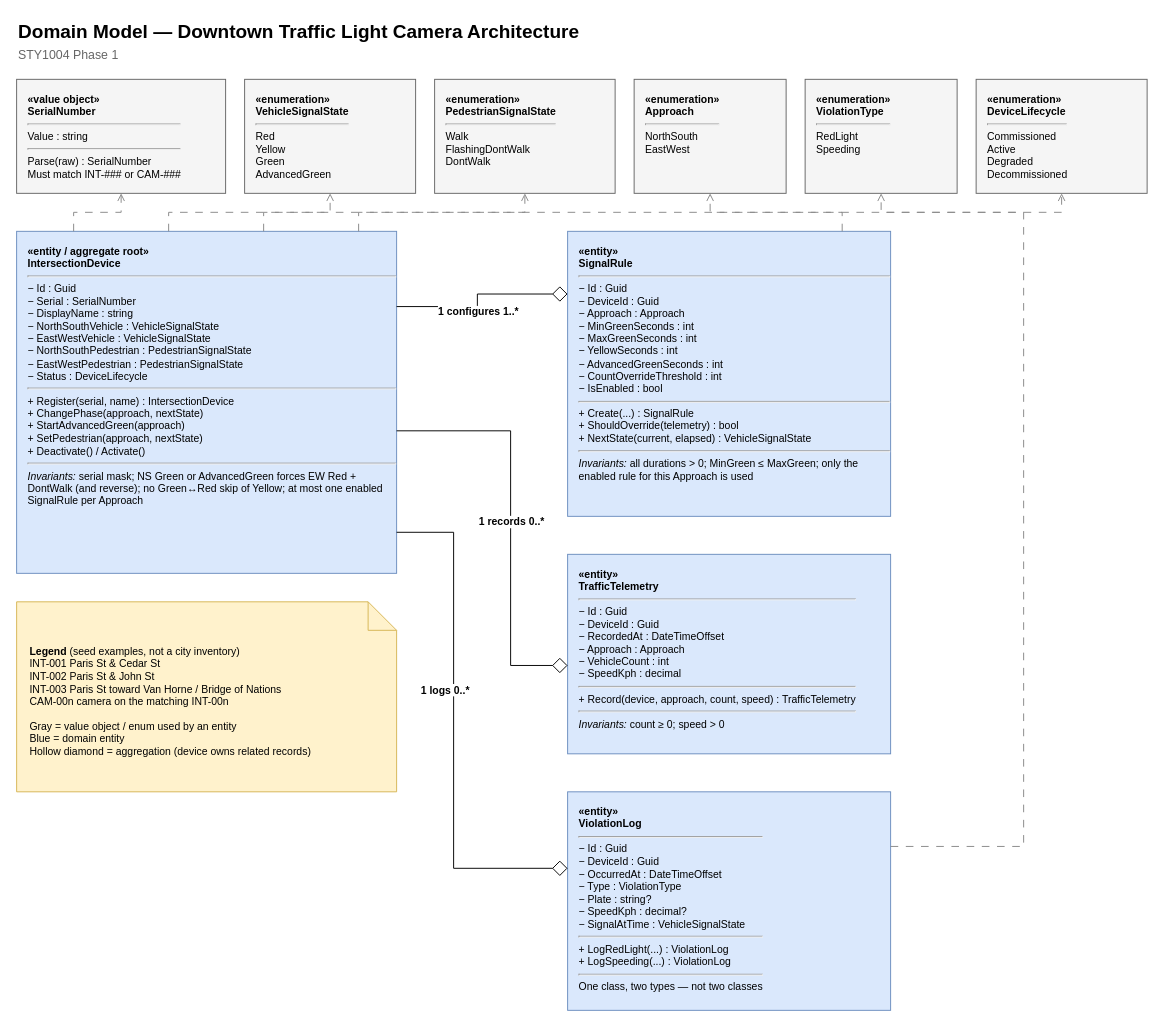
This is Phase 1/Domain-Model-Diagram.drawio from ryanspencer20/STY1004---Capstone-Project, a draw.io file, before an edit. Source tidied: cells renumbered, new cells numbered last; positions are measured from the earlier drawing's top-left corner, leaving out a move shared by most shapes. Both pictures are drawn from the tidied source at 95%, with x=0, y=0 at pixel (16, 16).
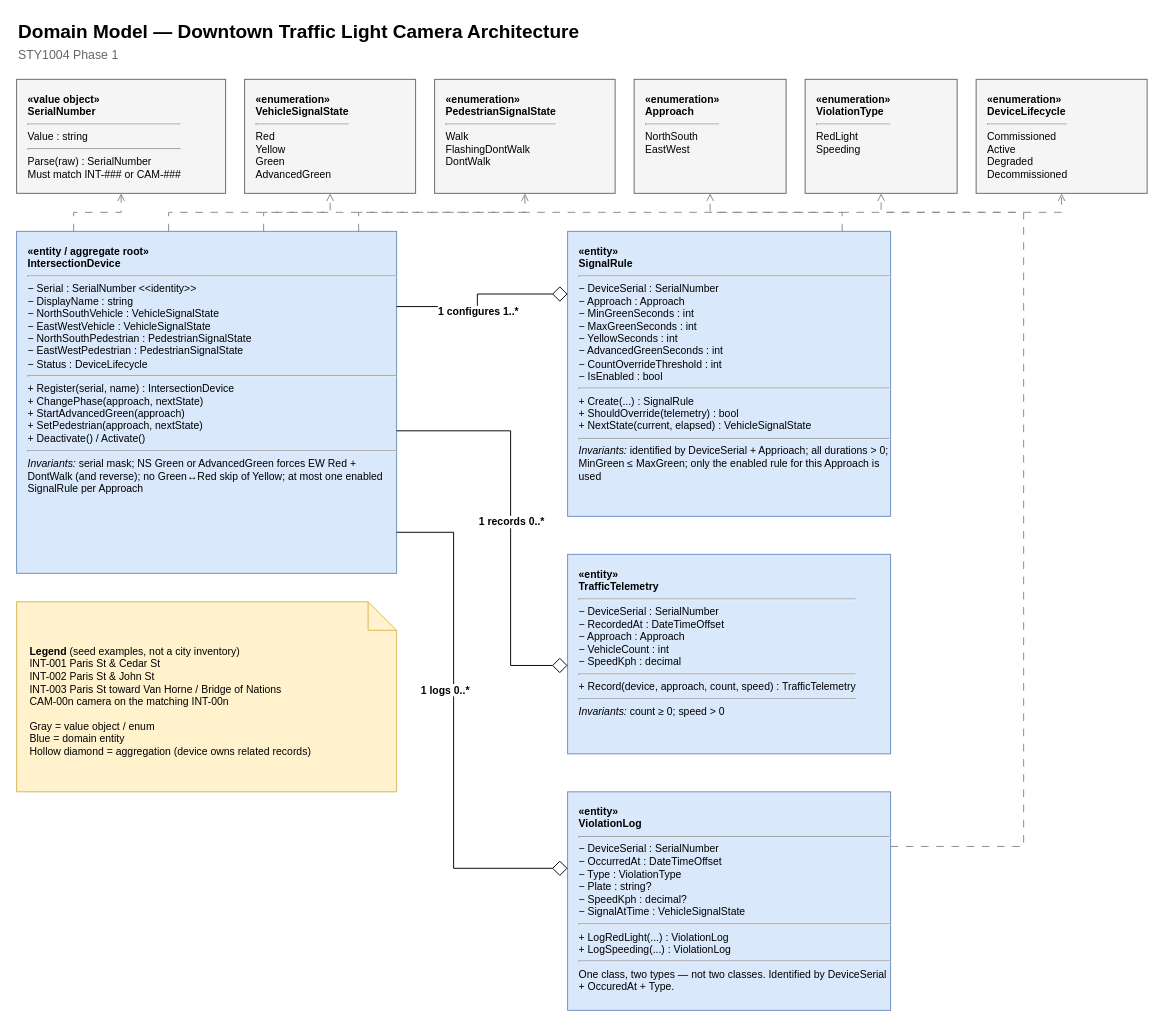
The same diagram, later.

Commit message (it also covers changes not shown here):
Replace Guid IDs with unique serial numbers and device names.

The edit, as a diff of the source:
```diff
@@
-    <mxCell id="10" value="&lt;b&gt;«entity / aggregate root»&lt;/b&gt;&lt;br&gt;&lt;b&gt;IntersectionDevice&lt;/b&gt;&lt;hr&gt;− Id : Guid&lt;br&gt;− Serial : SerialNumber&lt;br&gt;− DisplayName : string&lt;br&gt;− NorthSouthVehicle : VehicleSignalState&lt;br&gt;− EastWestVehicle : VehicleSignalState&lt;br&gt;− NorthSouthPedestrian : PedestrianSignalState&lt;br&gt;− EastWestPedestrian : PedestrianSignalState&lt;br&gt;− Status : DeviceLifecycle&lt;hr&gt;+ Register(serial, name) : IntersectionDevice&lt;br&gt;+ ChangePhase(approach, nextState)&lt;br&gt;+ StartAdvancedGreen(approach)&lt;br&gt;+ SetPedestrian(approach, nextState)&lt;br&gt;+ Deactivate() / Activate()&lt;hr&gt;&lt;i&gt;Invariants:&lt;/i&gt; serial mask; NS Green or AdvancedGreen forces EW Red + DontWalk (and reverse); no Green↔Red skip of Yellow; at most one enabled SignalRule per Approach" style="rounded=0;whiteSpace=wrap;html=1;align=left;verticalAlign=top;spacingLeft=10;spacingTop=8;fillColor=#dae8fc;strokeColor=#6c8ebf;fontSize=11;" parent="1" vertex="1">
+    <mxCell id="10" value="&lt;b&gt;«entity / aggregate root»&lt;/b&gt;&lt;br&gt;&lt;b&gt;IntersectionDevice&lt;/b&gt;&lt;hr&gt;− Serial : SerialNumber &amp;lt;&amp;lt;identity&amp;gt;&amp;gt;&lt;br&gt;− DisplayName : string&lt;br&gt;− NorthSouthVehicle : VehicleSignalState&lt;br&gt;− EastWestVehicle : VehicleSignalState&lt;br&gt;− NorthSouthPedestrian : PedestrianSignalState&lt;br&gt;− EastWestPedestrian : PedestrianSignalState&lt;br&gt;− Status : DeviceLifecycle&lt;hr&gt;+ Register(serial, name) : IntersectionDevice&lt;br&gt;+ ChangePhase(approach, nextState)&lt;br&gt;+ StartAdvancedGreen(approach)&lt;br&gt;+ SetPedestrian(approach, nextState)&lt;br&gt;+ Deactivate() / Activate()&lt;hr&gt;&lt;i&gt;Invariants:&lt;/i&gt; serial mask; NS Green or AdvancedGreen forces EW Red + DontWalk (and reverse); no Green↔Red skip of Yellow; at most one enabled SignalRule per Approach" style="rounded=0;whiteSpace=wrap;html=1;align=left;verticalAlign=top;spacingLeft=10;spacingTop=8;fillColor=#dae8fc;strokeColor=#6c8ebf;fontSize=11;" parent="1" vertex="1">
       <mxGeometry y="226" width="400" height="360" as="geometry" />
     </mxCell>
-    <mxCell id="11" value="&lt;b&gt;«entity»&lt;/b&gt;&lt;br&gt;&lt;b&gt;SignalRule&lt;/b&gt;&lt;hr&gt;− Id : Guid&lt;br&gt;− DeviceId : Guid&lt;br&gt;− Approach : Approach&lt;br&gt;− MinGreenSeconds : int&lt;br&gt;− MaxGreenSeconds : int&lt;br&gt;− YellowSeconds : int&lt;br&gt;− AdvancedGreenSeconds : int&lt;br&gt;− CountOverrideThreshold : int&lt;br&gt;− IsEnabled : bool&lt;hr&gt;+ Create(...) : SignalRule&lt;br&gt;+ ShouldOverride(telemetry) : bool&lt;br&gt;+ NextState(current, elapsed) : VehicleSignalState&lt;hr&gt;&lt;i&gt;Invariants:&lt;/i&gt; all durations &gt; 0; MinGreen ≤ MaxGreen; only the enabled rule for this Approach is used" style="rounded=0;whiteSpace=wrap;html=1;align=left;verticalAlign=top;spacingLeft=10;spacingTop=8;fillColor=#dae8fc;strokeColor=#6c8ebf;fontSize=11;" parent="1" vertex="1">
+    <mxCell id="11" value="&lt;b&gt;«entity»&lt;/b&gt;&lt;br&gt;&lt;b&gt;SignalRule&lt;/b&gt;&lt;hr&gt;− DeviceSerial : SerialNumber&lt;br&gt;− Approach : Approach&lt;br&gt;− MinGreenSeconds : int&lt;br&gt;− MaxGreenSeconds : int&lt;br&gt;− YellowSeconds : int&lt;br&gt;− AdvancedGreenSeconds : int&lt;br&gt;− CountOverrideThreshold : int&lt;br&gt;− IsEnabled : bool&lt;hr&gt;+ Create(...) : SignalRule&lt;br&gt;+ ShouldOverride(telemetry) : bool&lt;br&gt;+ NextState(current, elapsed) : VehicleSignalState&lt;hr&gt;&lt;i&gt;Invariants:&lt;/i&gt;&amp;nbsp;identified by DeviceSerial + Apprioach; all durations &amp;gt; 0; MinGreen ≤ MaxGreen; only the enabled rule for this Approach is used" style="rounded=0;whiteSpace=wrap;html=1;align=left;verticalAlign=top;spacingLeft=10;spacingTop=8;fillColor=#dae8fc;strokeColor=#6c8ebf;fontSize=11;" parent="1" vertex="1">
       <mxGeometry x="580" y="226" width="340" height="300" as="geometry" />
     </mxCell>
-    <mxCell id="12" value="&lt;b&gt;«entity»&lt;/b&gt;&lt;br&gt;&lt;b&gt;TrafficTelemetry&lt;/b&gt;&lt;hr&gt;− Id : Guid&lt;br&gt;− DeviceId : Guid&lt;br&gt;− RecordedAt : DateTimeOffset&lt;br&gt;− Approach : Approach&lt;br&gt;− VehicleCount : int&lt;br&gt;− SpeedKph : decimal&lt;hr&gt;+ Record(device, approach, count, speed) : TrafficTelemetry&lt;hr&gt;&lt;i&gt;Invariants:&lt;/i&gt; count ≥ 0; speed &gt; 0" style="rounded=0;whiteSpace=wrap;html=1;align=left;verticalAlign=top;spacingLeft=10;spacingTop=8;fillColor=#dae8fc;strokeColor=#6c8ebf;fontSize=11;" parent="1" vertex="1">
+    <mxCell id="12" value="&lt;b&gt;«entity»&lt;/b&gt;&lt;br&gt;&lt;b&gt;TrafficTelemetry&lt;/b&gt;&lt;hr&gt;− DeviceSerial : SerialNumber&lt;br&gt;− RecordedAt : DateTimeOffset&lt;br&gt;− Approach : Approach&lt;br&gt;− VehicleCount : int&lt;br&gt;− SpeedKph : decimal&lt;hr&gt;+ Record(device, approach, count, speed) : TrafficTelemetry&lt;hr&gt;&lt;i&gt;Invariants:&lt;/i&gt; count ≥ 0; speed &amp;gt; 0" style="rounded=0;whiteSpace=wrap;html=1;align=left;verticalAlign=top;spacingLeft=10;spacingTop=8;fillColor=#dae8fc;strokeColor=#6c8ebf;fontSize=11;" parent="1" vertex="1">
       <mxGeometry x="580" y="566" width="340" height="210" as="geometry" />
     </mxCell>
-    <mxCell id="13" value="&lt;b&gt;«entity»&lt;/b&gt;&lt;br&gt;&lt;b&gt;ViolationLog&lt;/b&gt;&lt;hr&gt;− Id : Guid&lt;br&gt;− DeviceId : Guid&lt;br&gt;− OccurredAt : DateTimeOffset&lt;br&gt;− Type : ViolationType&lt;br&gt;− Plate : string?&lt;br&gt;− SpeedKph : decimal?&lt;br&gt;− SignalAtTime : VehicleSignalState&lt;hr&gt;+ LogRedLight(...) : ViolationLog&lt;br&gt;+ LogSpeeding(...) : ViolationLog&lt;hr&gt;One class, two types — not two classes" style="rounded=0;whiteSpace=wrap;html=1;align=left;verticalAlign=top;spacingLeft=10;spacingTop=8;fillColor=#dae8fc;strokeColor=#6c8ebf;fontSize=11;" parent="1" vertex="1">
+    <mxCell id="13" value="&lt;b&gt;«entity»&lt;/b&gt;&lt;br&gt;&lt;b&gt;ViolationLog&lt;/b&gt;&lt;hr&gt;− DeviceSerial : SerialNumber&lt;br&gt;− OccurredAt : DateTimeOffset&lt;br&gt;− Type : ViolationType&lt;br&gt;− Plate : string?&lt;br&gt;− SpeedKph : decimal?&lt;br&gt;− SignalAtTime : VehicleSignalState&lt;hr&gt;+ LogRedLight(...) : ViolationLog&lt;br&gt;+ LogSpeeding(...) : ViolationLog&lt;hr&gt;One class, two types — not two classes. Identified by DeviceSerial + OccuredAt + Type." style="rounded=0;whiteSpace=wrap;html=1;align=left;verticalAlign=top;spacingLeft=10;spacingTop=8;fillColor=#dae8fc;strokeColor=#6c8ebf;fontSize=11;" parent="1" vertex="1">
       <mxGeometry x="580" y="816" width="340" height="230" as="geometry" />
     </mxCell>
-    <mxCell id="14" value="&lt;b&gt;Legend&lt;/b&gt; (seed examples, not a city inventory)&lt;br&gt;INT-001  Paris St &amp; Cedar St&lt;br&gt;INT-002  Paris St &amp; John St&lt;br&gt;INT-003  Paris St toward Van Horne / Bridge of Nations&lt;br&gt;CAM-00n  camera on the matching INT-00n&lt;br&gt;&lt;br&gt;Gray = value object / enum used by an entity&lt;br&gt;Blue = domain entity&lt;br&gt;Hollow diamond = aggregation (device owns related records)" style="shape=note;whiteSpace=wrap;html=1;align=left;spacingLeft=12;spacingTop=10;fillColor=#fff2cc;strokeColor=#d6b656;fontSize=11;" parent="1" vertex="1">
+    <mxCell id="14" value="&lt;b&gt;Legend&lt;/b&gt; (seed examples, not a city inventory)&lt;br&gt;INT-001  Paris St &amp;amp; Cedar St&lt;br&gt;INT-002  Paris St &amp;amp; John St&lt;br&gt;INT-003  Paris St toward Van Horne / Bridge of Nations&lt;br&gt;CAM-00n  camera on the matching INT-00n&lt;br&gt;&lt;br&gt;Gray = value object / enum&lt;br&gt;Blue = domain entity&lt;br&gt;Hollow diamond = aggregation (device owns related records)" style="shape=note;whiteSpace=wrap;html=1;align=left;spacingLeft=12;spacingTop=10;fillColor=#fff2cc;strokeColor=#d6b656;fontSize=11;" parent="1" vertex="1">
       <mxGeometry y="616" width="400" height="200" as="geometry" />
     </mxCell>
```
